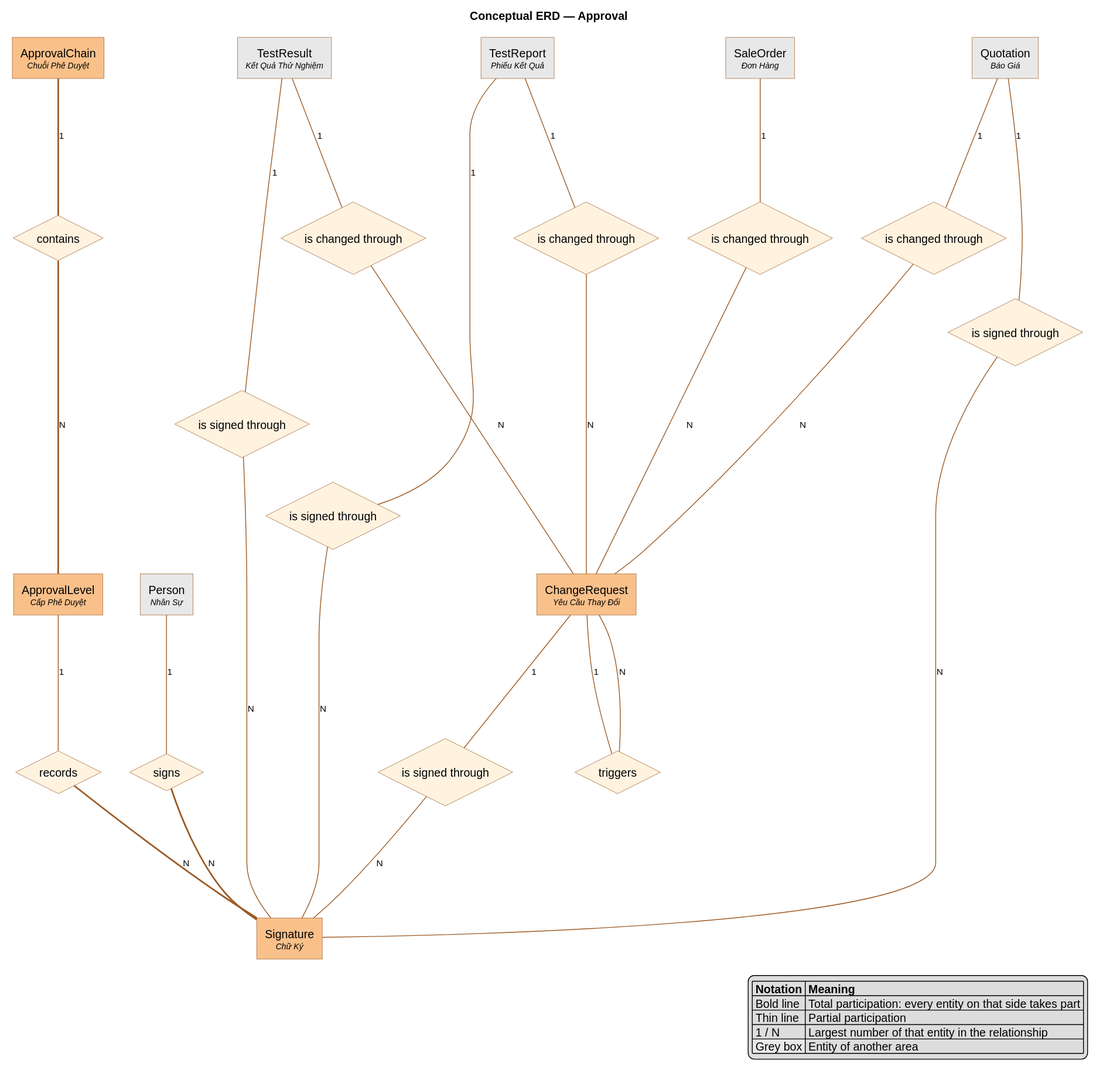
SoltuneMontepre/medilab keeps this PlantUML diagram as docs/reports/erd-diagram/conceptual-approval.svg. Above is the earlier version. The source it was exported from:
```plantuml
@startchen
<style>
element { BackGroundColor #F9C08A; LineColor #9C5A24 }
.rel { BackGroundColor #FFF3E0 }
.ext { BackGroundColor #E8E8E8 }
</style>
title Conceptual ERD — Approval
entity "Person\n<size:10><i>Nhân Sự</i></size>" as E1 <<ext>> {
}
entity "TestResult\n<size:10><i>Kết Quả Thử Nghiệm</i></size>" as E2 <<ext>> {
}
entity "TestReport\n<size:10><i>Phiếu Kết Quả</i></size>" as E3 <<ext>> {
}
entity "ApprovalChain\n<size:10><i>Chuỗi Phê Duyệt</i></size>" as E4 {
}
entity "ApprovalLevel\n<size:10><i>Cấp Phê Duyệt</i></size>" as E5 {
}
entity "Signature\n<size:10><i>Chữ Ký</i></size>" as E6 {
}
entity "ChangeRequest\n<size:10><i>Yêu Cầu Thay Đổi</i></size>" as E7 {
}
entity "SaleOrder\n<size:10><i>Đơn Hàng</i></size>" as E8 <<ext>> {
}
entity "Quotation\n<size:10><i>Báo Giá</i></size>" as E9 <<ext>> {
}
relationship "contains" as R1 <<rel>> {
}
relationship "records" as R2 <<rel>> {
}
relationship "signs" as R3 <<rel>> {
}
relationship "is signed through" as R4 <<rel>> {
}
relationship "is signed through" as R5 <<rel>> {
}
relationship "is signed through" as R6 <<rel>> {
}
relationship "is signed through" as R7 <<rel>> {
}
relationship "is changed through" as R8 <<rel>> {
}
relationship "is changed through" as R9 <<rel>> {
}
relationship "is changed through" as R10 <<rel>> {
}
relationship "is changed through" as R11 <<rel>> {
}
relationship "triggers" as R12 <<rel>> {
}
E4 =1= R1
R1 =N= E5
E5 -1- R2
R2 =N= E6
E1 -1- R3
R3 =N= E6
E2 -1- R4
R4 -N- E6
E3 -1- R5
R5 -N- E6
E9 -1- R6
R6 -N- E6
E7 -1- R7
R7 -N- E6
E2 -1- R8
R8 -N- E7
E3 -1- R9
R9 -N- E7
E9 -1- R10
R10 -N- E7
E8 -1- R11
R11 -N- E7
E7 -1- R12
R12 -N- E7
legend right
|= Notation |= Meaning |
| Bold line | Total participation: every entity on that side takes part |
| Thin line | Partial participation |
| 1 / N | Largest number of that entity in the relationship |
|<#E8E8E8> Grey box | Entity of another area |
endlegend
@endchen
```
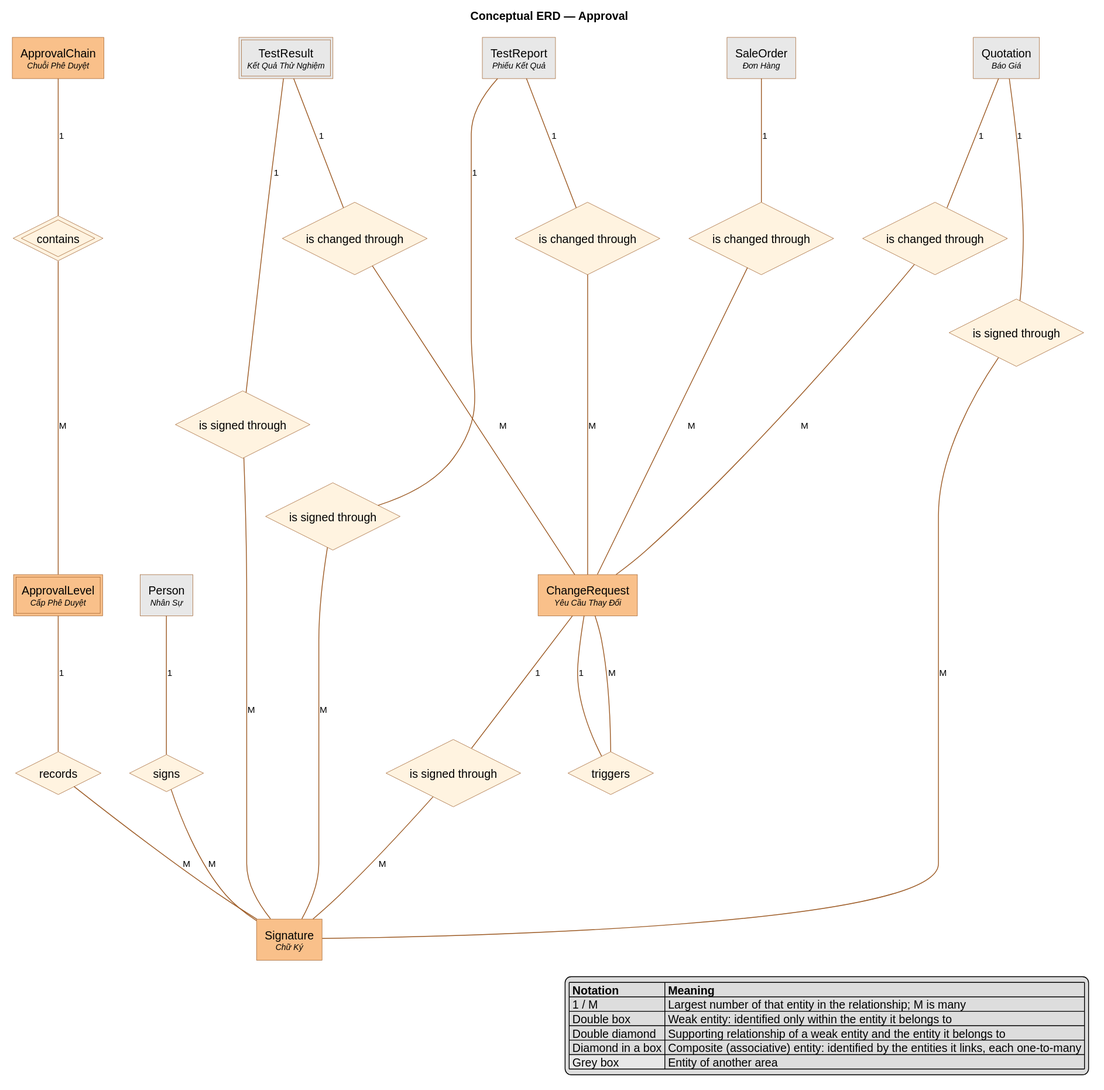
After the commit.

Change to the diagram source:
```diff
@@ -7,13 +7,13 @@
 title Conceptual ERD — Approval
 entity "Person\n<size:10><i>Nhân Sự</i></size>" as E1 <<ext>> {
 }
-entity "TestResult\n<size:10><i>Kết Quả Thử Nghiệm</i></size>" as E2 <<ext>> {
+entity "TestResult\n<size:10><i>Kết Quả Thử Nghiệm</i></size>" as E2 <<weak>> <<ext>> {
 }
 entity "TestReport\n<size:10><i>Phiếu Kết Quả</i></size>" as E3 <<ext>> {
 }
 entity "ApprovalChain\n<size:10><i>Chuỗi Phê Duyệt</i></size>" as E4 {
 }
-entity "ApprovalLevel\n<size:10><i>Cấp Phê Duyệt</i></size>" as E5 {
+entity "ApprovalLevel\n<size:10><i>Cấp Phê Duyệt</i></size>" as E5 <<weak>> {
 }
 entity "Signature\n<size:10><i>Chữ Ký</i></size>" as E6 {
 }
@@ -23,7 +23,7 @@
 }
 entity "Quotation\n<size:10><i>Báo Giá</i></size>" as E9 <<ext>> {
 }
-relationship "contains" as R1 <<rel>> {
+relationship "contains" as R1 <<identifying>> <<rel>> {
 }
 relationship "records" as R2 <<rel>> {
 }
@@ -47,35 +47,36 @@
 }
 relationship "triggers" as R12 <<rel>> {
 }
-E4 =1= R1
-R1 =N= E5
+E4 -1- R1
+R1 -M- E5
 E5 -1- R2
-R2 =N= E6
+R2 -M- E6
 E1 -1- R3
-R3 =N= E6
+R3 -M- E6
 E2 -1- R4
-R4 -N- E6
+R4 -M- E6
 E3 -1- R5
-R5 -N- E6
+R5 -M- E6
 E9 -1- R6
-R6 -N- E6
+R6 -M- E6
 E7 -1- R7
-R7 -N- E6
+R7 -M- E6
 E2 -1- R8
-R8 -N- E7
+R8 -M- E7
 E3 -1- R9
-R9 -N- E7
+R9 -M- E7
 E9 -1- R10
-R10 -N- E7
+R10 -M- E7
 E8 -1- R11
-R11 -N- E7
+R11 -M- E7
 E7 -1- R12
-R12 -N- E7
+R12 -M- E7
 legend right
 |= Notation |= Meaning |
-| Bold line | Total participation: every entity on that side takes part |
-| Thin line | Partial participation |
-| 1 / N | Largest number of that entity in the relationship |
+| 1 / M | Largest number of that entity in the relationship; M is many |
+| Double box | Weak entity: identified only within the entity it belongs to |
+| Double diamond | Supporting relationship of a weak entity and the entity it belongs to |
+| Diamond in a box | Composite (associative) entity: identified by the entities it links, each one-to-many |
 |<#E8E8E8> Grey box | Entity of another area |
 endlegend
 @endchen
```
